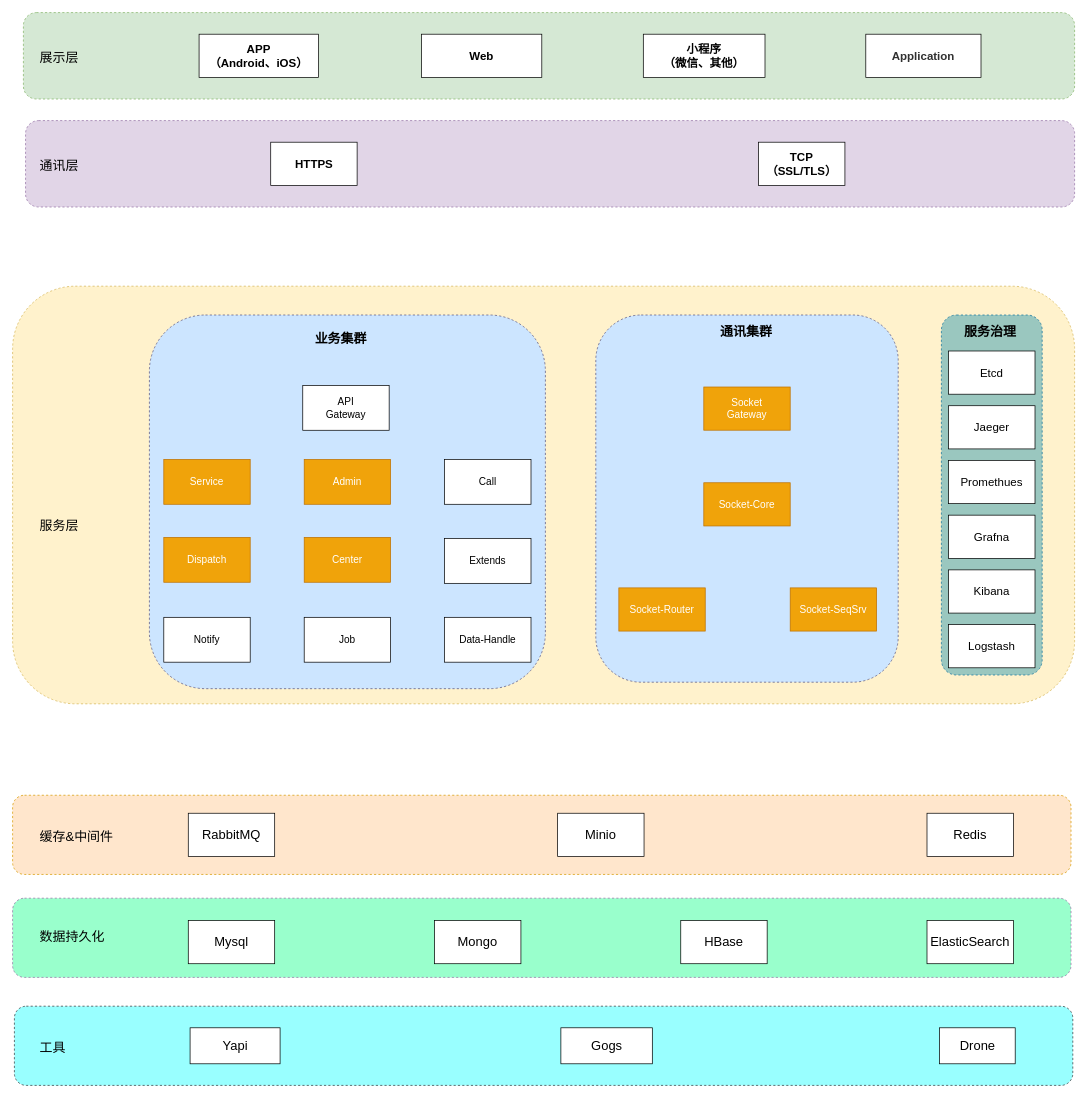
freedom-kz/xhappen keeps this draw.io diagram as docs/drow/Next-应用架构.drawio. Above is the earlier version. Source tidied: cells renumbered, new cells numbered last; positions are measured from the earlier drawing's top-left corner, leaving out a move shared by most shapes. Both pictures are drawn from the tidied source at 72%, with x=0, y=0 at pixel (12, 12).
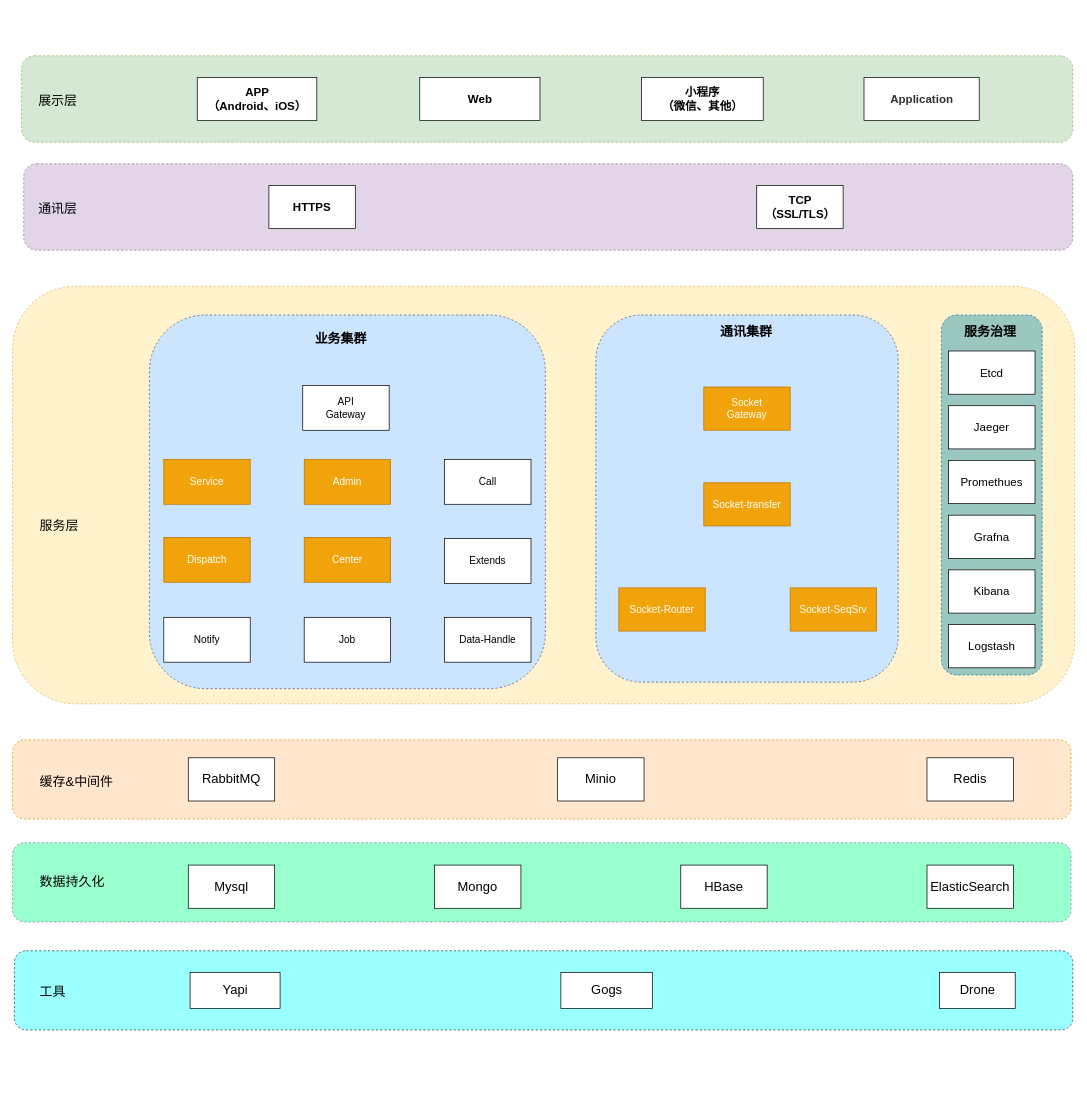
The same page after the edit.

Change to the diagram source:
```diff
@@
     <mxCell id="4" style="rounded=1;whiteSpace=wrap;html=1;dashed=1;fontSize=18;fillColor=#d5e8d4;strokeColor=#82b366;" parent="1" vertex="1">
-      <mxGeometry x="15" width="1460" height="120" as="geometry" />
+      <mxGeometry x="12.5" y="60" width="1460" height="120" as="geometry" />
     </mxCell>
     <mxCell id="5" value="APP&lt;br style=&quot;font-size: 16px;&quot;&gt;（Android、iOS）" style="rounded=0;whiteSpace=wrap;html=1;fontStyle=1;fontSize=16;" parent="1" vertex="1">
-      <mxGeometry x="259" y="30" width="166" height="60" as="geometry" />
+      <mxGeometry x="256.5" y="90" width="166" height="60" as="geometry" />
     </mxCell>
     <mxCell id="6" value="Web" style="rounded=0;whiteSpace=wrap;html=1;fontStyle=1;fontSize=16;" parent="1" vertex="1">
-      <mxGeometry x="568" y="30" width="167" height="60" as="geometry" />
+      <mxGeometry x="565.5" y="90" width="167" height="60" as="geometry" />
     </mxCell>
     <mxCell id="7" value="&lt;div style=&quot;text-align: left&quot;&gt;&lt;span style=&quot;color: rgb(49, 49, 49);&quot;&gt;Application&lt;/span&gt;&lt;br&gt;&lt;/div&gt;" style="rounded=0;whiteSpace=wrap;html=1;fontStyle=1;fontSize=16;fontFamily=Helvetica;" parent="1" vertex="1">
-      <mxGeometry x="1185" y="30" width="160" height="60" as="geometry" />
+      <mxGeometry x="1182.5" y="90" width="160" height="60" as="geometry" />
     </mxCell>
     <mxCell id="8" value="小程序&lt;br style=&quot;font-size: 16px;&quot;&gt;（微信、其他）" style="rounded=0;whiteSpace=wrap;html=1;fontStyle=1;fontSize=16;" parent="1" vertex="1">
-      <mxGeometry x="876" y="30" width="169" height="60" as="geometry" />
+      <mxGeometry x="873.5" y="90" width="169" height="60" as="geometry" />
     </mxCell>
     <mxCell id="9" value="展示层" style="text;html=1;align=left;verticalAlign=top;spacingTop=-4;fontSize=18;" parent="1" vertex="1">
-      <mxGeometry x="36" y="50" width="70" height="20" as="geometry" />
+      <mxGeometry x="33.5" y="110" width="70" height="20" as="geometry" />
     </mxCell>
     <mxCell id="10" style="rounded=1;whiteSpace=wrap;html=1;dashed=1;fontSize=18;fillColor=#e1d5e7;strokeColor=#9673a6;" parent="1" vertex="1">
-      <mxGeometry x="18" y="150" width="1457" height="120" as="geometry" />
+      <mxGeometry x="15.5" y="210" width="1457" height="120" as="geometry" />
     </mxCell>
     <mxCell id="11" value="TCP&lt;br&gt;（SSL/TLS）" style="rounded=0;whiteSpace=wrap;html=1;fontSize=16;fontStyle=1;" parent="1" vertex="1">
-      <mxGeometry x="1036" y="180" width="120" height="60" as="geometry" />
+      <mxGeometry x="1033.5" y="240" width="120" height="60" as="geometry" />
     </mxCell>
     <mxCell id="12" value="HTTPS" style="rounded=0;whiteSpace=wrap;html=1;fontSize=16;fontStyle=1;" parent="1" vertex="1">
-      <mxGeometry x="358.5" y="180" width="120" height="60" as="geometry" />
+      <mxGeometry x="356" y="240" width="120" height="60" as="geometry" />
     </mxCell>
     <mxCell id="13" value="通讯层" style="text;html=1;align=left;verticalAlign=top;spacingTop=-4;fontSize=18;" parent="1" vertex="1">
-      <mxGeometry x="36" y="200" width="70" height="20" as="geometry" />
+      <mxGeometry x="33.5" y="260" width="70" height="20" as="geometry" />
     </mxCell>
     <mxCell id="14" style="rounded=1;whiteSpace=wrap;html=1;fontSize=18;dashed=1;fillColor=#ffe6cc;strokeColor=#d79b00;" parent="1" vertex="1">
-      <mxGeometry y="1087" width="1470" height="110" as="geometry" />
+      <mxGeometry y="1010" width="1470" height="110" as="geometry" />
     </mxCell>
     <mxCell id="15" value="RabbitMQ" style="rounded=0;whiteSpace=wrap;html=1;fontSize=18;" parent="1" vertex="1">
-      <mxGeometry x="244" y="1112" width="120" height="60" as="geometry" />
+      <mxGeometry x="244" y="1035" width="120" height="60" as="geometry" />
     </mxCell>
     <mxCell id="16" value="Minio" style="rounded=0;whiteSpace=wrap;html=1;fontSize=18;" parent="1" vertex="1">
-      <mxGeometry x="757" y="1112" width="120" height="60" as="geometry" />
+      <mxGeometry x="757" y="1035" width="120" height="60" as="geometry" />
     </mxCell>
     <mxCell id="17" value="Redis" style="rounded=0;whiteSpace=wrap;html=1;fontSize=18;" parent="1" vertex="1">
-      <mxGeometry x="1270" y="1112" width="120" height="60" as="geometry" />
+      <mxGeometry x="1270" y="1035" width="120" height="60" as="geometry" />
     </mxCell>
     <mxCell id="18" value="缓存&amp;amp;中间件" style="text;html=1;align=left;verticalAlign=top;spacingTop=-4;fontSize=18;" parent="1" vertex="1">
-      <mxGeometry x="36" y="1132" width="120" height="20" as="geometry" />
+      <mxGeometry x="36" y="1055" width="120" height="20" as="geometry" />
     </mxCell>
     <mxCell id="19" style="rounded=1;whiteSpace=wrap;html=1;fontSize=18;dashed=1;fillColor=#99FFCC;strokeColor=#9673a6;" parent="1" vertex="1">
-      <mxGeometry y="1230" width="1470" height="110" as="geometry" />
+      <mxGeometry y="1153" width="1470" height="110" as="geometry" />
     </mxCell>
     <mxCell id="20" value="Mysql" style="rounded=0;whiteSpace=wrap;html=1;fontSize=18;" parent="1" vertex="1">
-      <mxGeometry x="244" y="1261" width="120" height="60" as="geometry" />
+      <mxGeometry x="244" y="1184" width="120" height="60" as="geometry" />
     </mxCell>
     <mxCell id="21" value="Mongo" style="rounded=0;whiteSpace=wrap;html=1;fontSize=18;" parent="1" vertex="1">
-      <mxGeometry x="586" y="1261" width="120" height="60" as="geometry" />
+      <mxGeometry x="586" y="1184" width="120" height="60" as="geometry" />
     </mxCell>
     <mxCell id="22" value="HBase" style="rounded=0;whiteSpace=wrap;html=1;fontSize=18;" parent="1" vertex="1">
-      <mxGeometry x="928" y="1261" width="120" height="60" as="geometry" />
+      <mxGeometry x="928" y="1184" width="120" height="60" as="geometry" />
     </mxCell>
     <mxCell id="23" value="ElasticSearch" style="rounded=0;whiteSpace=wrap;html=1;fontSize=18;" parent="1" vertex="1">
-      <mxGeometry x="1270" y="1261" width="120" height="60" as="geometry" />
+      <mxGeometry x="1270" y="1184" width="120" height="60" as="geometry" />
     </mxCell>
     <mxCell id="24" value="数据持久化" style="text;html=1;align=left;verticalAlign=top;spacingTop=-4;fontSize=18;" parent="1" vertex="1">
-      <mxGeometry x="36" y="1271" width="110" height="20" as="geometry" />
+      <mxGeometry x="36" y="1194" width="110" height="20" as="geometry" />
     </mxCell>
     <mxCell id="25" style="rounded=1;whiteSpace=wrap;html=1;fontSize=18;dashed=1;fillColor=#99FFFF;strokeColor=#36393d;" parent="1" vertex="1">
-      <mxGeometry x="2.5" y="1380" width="1470" height="110" as="geometry" />
+      <mxGeometry x="2.5" y="1303" width="1470" height="110" as="geometry" />
     </mxCell>
     <mxCell id="26" value="&lt;font style=&quot;font-size: 18px&quot;&gt;Gogs&lt;/font&gt;" style="rounded=0;whiteSpace=wrap;html=1;" parent="1" vertex="1">
-      <mxGeometry x="761.5" y="1410" width="127" height="50" as="geometry" />
+      <mxGeometry x="761.5" y="1333" width="127" height="50" as="geometry" />
     </mxCell>
     <mxCell id="27" value="&lt;font style=&quot;font-size: 18px&quot;&gt;Drone&lt;/font&gt;" style="rounded=0;whiteSpace=wrap;html=1;" parent="1" vertex="1">
-      <mxGeometry x="1287.5" y="1410" width="105" height="50" as="geometry" />
+      <mxGeometry x="1287.5" y="1333" width="105" height="50" as="geometry" />
     </mxCell>
     <mxCell id="28" value="&lt;font style=&quot;font-size: 18px&quot;&gt;Yapi&lt;/font&gt;" style="rounded=0;whiteSpace=wrap;html=1;" parent="1" vertex="1">
-      <mxGeometry x="246.5" y="1410" width="125" height="50" as="geometry" />
+      <mxGeometry x="246.5" y="1333" width="125" height="50" as="geometry" />
     </mxCell>
     <mxCell id="29" value="工具" style="text;html=1;align=left;verticalAlign=top;spacingTop=-4;fontSize=18;" parent="1" vertex="1">
-      <mxGeometry x="36" y="1425" width="50" height="20" as="geometry" />
+      <mxGeometry x="36" y="1348" width="50" height="20" as="geometry" />
     </mxCell>
@@
-    <mxCell id="40" value="Socket-Core" style="rounded=0;whiteSpace=wrap;html=1;fontSize=14;fillColor=#f0a30a;strokeColor=#BD7000;fontColor=#ffffff;" parent="1" vertex="1">
+    <mxCell id="40" value="Socket-transfer" style="rounded=0;whiteSpace=wrap;html=1;fontSize=14;fillColor=#f0a30a;strokeColor=#BD7000;fontColor=#ffffff;" parent="1" vertex="1">
       <mxGeometry x="960" y="653" width="120" height="60" as="geometry" />
     </mxCell>
```
